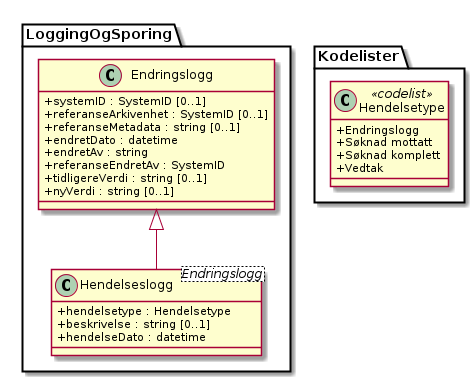
Above: kapitler/media/uml-endringslogg.png in arkivverket/noark5-tjenestegrensesnitt-standard (PlantUML), before the change.
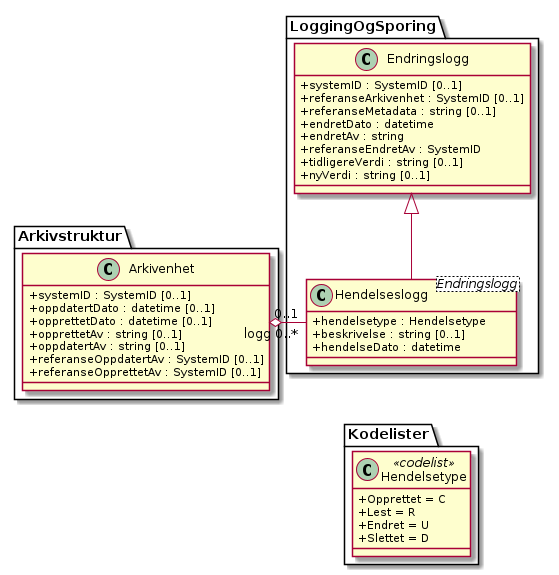
After the change.

The edit, as a diff of the source:
```diff
@@ -1,5 +1,14 @@
 @startuml
 skinparam classAttributeIconSize 0
+class Arkivstruktur.Arkivenhet {
+  +systemID : SystemID [0..1]
+  +oppdatertDato : datetime [0..1]
+  +opprettetDato : datetime [0..1]
+  +opprettetAv : string [0..1]
+  +oppdatertAv : string [0..1]
+  +referanseOppdatertAv : SystemID [0..1]
+  +referanseOpprettetAv : SystemID [0..1]
+}
 class LoggingOgSporing.Endringslogg {
   +systemID : SystemID [0..1]
   +referanseArkivenhet : SystemID [0..1]
@@ -16,10 +25,12 @@
   +hendelseDato : datetime
 }
 class Kodelister.Hendelsetype <<codelist>> {
-  +Endringslogg
-  +Søknad mottatt
-  +Søknad komplett
-  +Vedtak
+  +Opprettet = C
+  +Lest = R
+  +Endret = U
+  +Slettet = D
 }
 LoggingOgSporing.Endringslogg <|-- LoggingOgSporing.Hendelseslogg
+Arkivstruktur.Arkivenhet "0..1" o- "logg 0..*" LoggingOgSporing.Hendelseslogg
+LoggingOgSporing.Hendelseslogg -[hidden]- Kodelister.Hendelsetype
 @enduml
```
